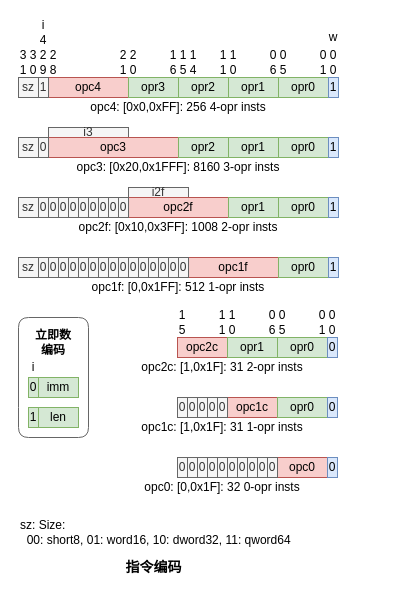
Before: image/TISA_encoder.drawio in jensen-yan/yanyue_essay, a draw.io diagram. Source tidied: cells renumbered, new cells numbered last; positions are measured from the earlier drawing's top-left corner, leaving out a move shared by most shapes. Both pictures are drawn from the tidied source at 100%, with x=0, y=0 at pixel (18, 17).
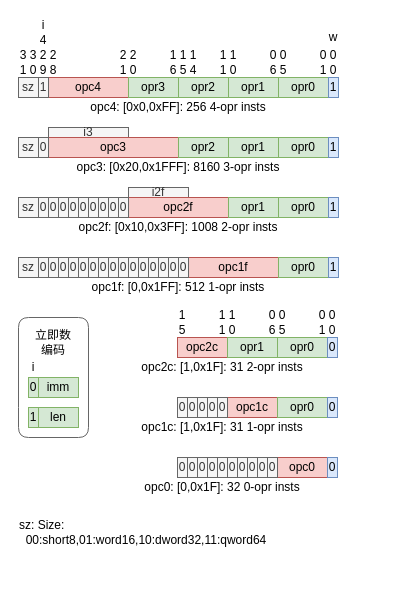
After the change.

Commit message (it also covers changes not shown here):
修改完剩下的图表格式

Change to the diagram source:
```diff
@@
-    <mxCell id="10" value="sz: Size:&lt;br&gt;&amp;nbsp; 00: short8, 01: word16, 10: dword32, 11: qword64" style="text;html=1;align=left;verticalAlign=middle;strokeColor=none;fillColor=none;fontFamily=mono;" parent="1" vertex="1">
-      <mxGeometry y="495" width="380" height="40" as="geometry" />
+    <mxCell id="10" value="sz: Size:&lt;br&gt;&amp;nbsp; 00:short8,01:word16,10:dword32,11:qword64" style="text;html=1;align=left;verticalAlign=middle;strokeColor=none;fillColor=none;fontFamily=mono;" parent="1" vertex="1">
+      <mxGeometry x="-1" y="495" width="330" height="40" as="geometry" />
     </mxCell>
@@
-    <mxCell id="22" value="&lt;b&gt;&lt;font style=&quot;font-size: 14px;&quot;&gt;指令编码&lt;/font&gt;&lt;/b&gt;" style="text;html=1;align=center;verticalAlign=middle;strokeColor=none;fillColor=none;fontFamily=mono;" parent="1" vertex="1">
-      <mxGeometry x="95" y="535" width="80" height="30" as="geometry" />
-    </mxCell>
@@
-    <mxCell id="114" value="&lt;b&gt;立即数&lt;br&gt;编码&lt;/b&gt;" style="text;html=1;strokeColor=none;fillColor=none;align=center;verticalAlign=middle;whiteSpace=wrap;rounded=0;fontFamily=mono;" parent="1" vertex="1">
+    <mxCell id="114" value="立即数&lt;br&gt;编码" style="text;html=1;strokeColor=none;fillColor=none;align=center;verticalAlign=middle;whiteSpace=wrap;rounded=0;fontFamily=mono;" parent="1" vertex="1">
       <mxGeometry y="310" width="70" height="30" as="geometry" />
     </mxCell>
```
